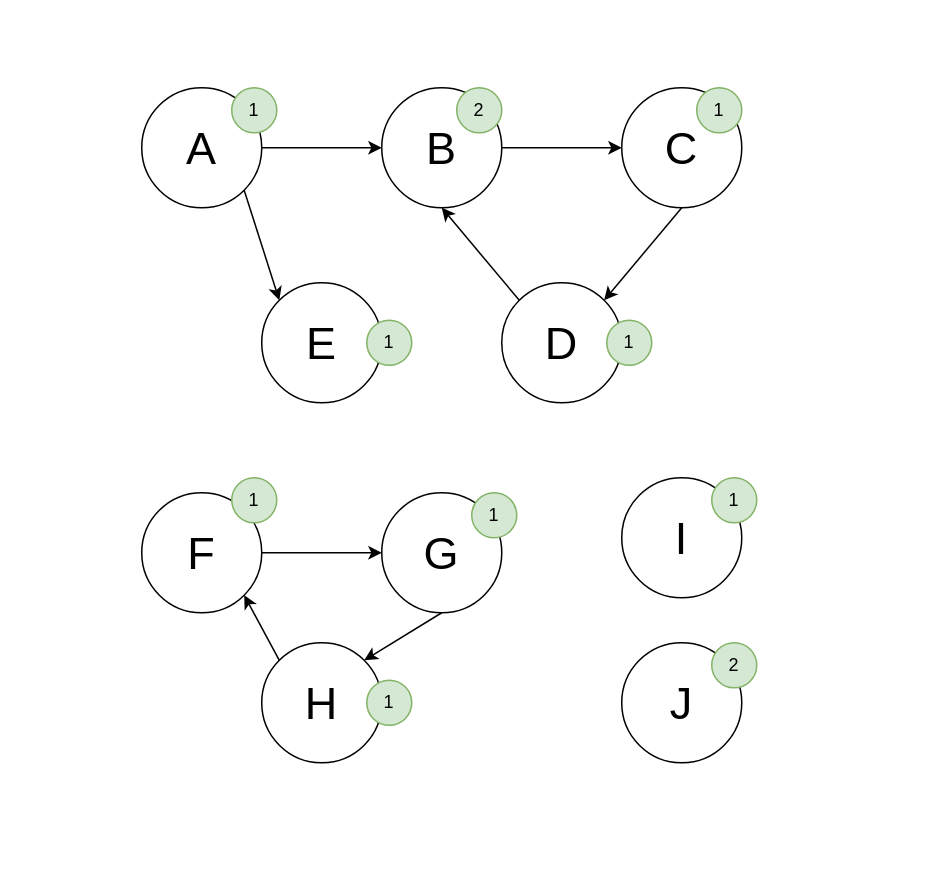
The draw.io diagram page "Initial State" (1 of 5) of quickjs_gc.drawio in LanderlYoung/Demos, before the edit. Source tidied: cells renumbered, new cells numbered last; positions are measured from the earlier drawing's top-left corner, leaving out a move shared by most shapes. Both pictures are drawn from the tidied source at 150%, with x=0, y=0 at pixel (141, 87).
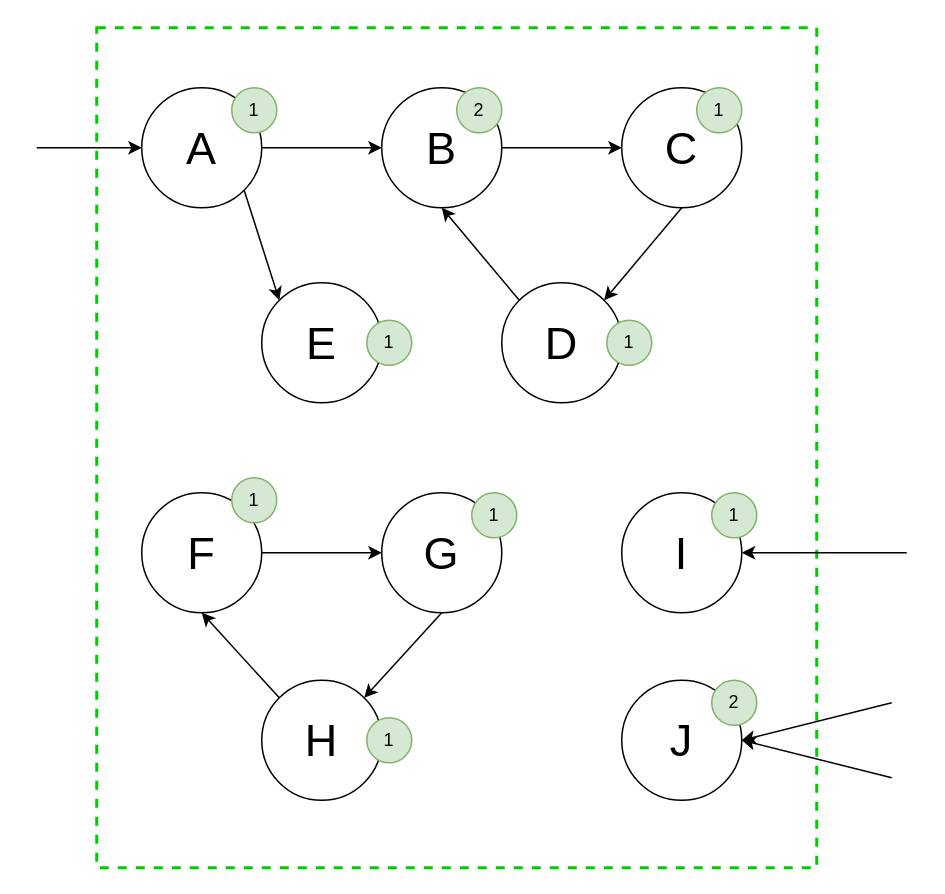
The same page after the edit.

Unchanged cells that the change refers to:
```xml
<mxCell id="3" value="&lt;font style=&quot;font-size: 30px;&quot;&gt;A&lt;/font&gt;" style="ellipse;whiteSpace=wrap;html=1;" parent="1" vertex="1">
  <mxGeometry width="80" height="80" as="geometry" />
</mxCell>
<mxCell id="11" value="&lt;font style=&quot;font-size: 30px;&quot;&gt;F&lt;/font&gt;" style="ellipse;whiteSpace=wrap;html=1;" parent="1" vertex="1">
  <mxGeometry y="270" width="80" height="80" as="geometry" />
</mxCell>
```

Diff of the diagram source:
```diff
@@
+    <mxCell id="30" style="rounded=0;whiteSpace=wrap;html=1;fillColor=none;dashed=1;strokeColor=#00CC00;strokeWidth=2;" parent="1" vertex="1">
+      <mxGeometry x="-30" y="-40" width="480" height="560" as="geometry" />
+    </mxCell>
@@
     <mxCell id="6" value="&lt;font style=&quot;font-size: 30px;&quot;&gt;I&lt;/font&gt;" style="ellipse;whiteSpace=wrap;html=1;" parent="1" vertex="1">
-      <mxGeometry x="320" y="260" width="80" height="80" as="geometry" />
+      <mxGeometry x="320" y="270" width="80" height="80" as="geometry" />
     </mxCell>
@@
     <mxCell id="12" value="&lt;font style=&quot;font-size: 30px;&quot;&gt;H&lt;/font&gt;" style="ellipse;whiteSpace=wrap;html=1;" parent="1" vertex="1">
-      <mxGeometry x="80" y="370" width="80" height="80" as="geometry" />
+      <mxGeometry x="80" y="395" width="80" height="80" as="geometry" />
     </mxCell>
     <mxCell id="13" value="&lt;font style=&quot;font-size: 30px;&quot;&gt;J&lt;/font&gt;" style="ellipse;whiteSpace=wrap;html=1;" parent="1" vertex="1">
-      <mxGeometry x="320" y="370" width="80" height="80" as="geometry" />
+      <mxGeometry x="320" y="395" width="80" height="80" as="geometry" />
     </mxCell>
@@
-    <mxCell id="19" style="endArrow=classic;html=1;rounded=0;exitX=0;exitY=0;exitDx=0;exitDy=0;entryX=1;entryY=1;entryDx=0;entryDy=0;" parent="1" edge="1" source="12" target="11">
+    <mxCell id="19" style="endArrow=classic;html=1;rounded=0;exitX=0;exitY=0;exitDx=0;exitDy=0;entryX=0.5;entryY=1;entryDx=0;entryDy=0;" parent="1" edge="1" source="12" target="11">
       <mxGeometry relative="1" as="geometry" />
     </mxCell>
@@
     <mxCell id="26" value="1" style="ellipse;whiteSpace=wrap;html=1;fillColor=#d5e8d4;strokeColor=#82b366;" parent="1" vertex="1">
-      <mxGeometry x="150" y="395" width="30" height="30" as="geometry" />
+      <mxGeometry x="150" y="420" width="30" height="30" as="geometry" />
     </mxCell>
@@
     <mxCell id="28" value="1" style="ellipse;whiteSpace=wrap;html=1;fillColor=#d5e8d4;strokeColor=#82b366;" parent="1" vertex="1">
-      <mxGeometry x="380" y="260" width="30" height="30" as="geometry" />
+      <mxGeometry x="380" y="270" width="30" height="30" as="geometry" />
     </mxCell>
     <mxCell id="29" value="2" style="ellipse;whiteSpace=wrap;html=1;fillColor=#d5e8d4;strokeColor=#82b366;" parent="1" vertex="1">
-      <mxGeometry x="380" y="370" width="30" height="30" as="geometry" />
+      <mxGeometry x="380" y="395" width="30" height="30" as="geometry" />
     </mxCell>
+    <mxCell id="31" style="endArrow=classic;html=1;rounded=0;" parent="1" edge="1" target="3">
+      <mxGeometry relative="1" as="geometry">
+        <mxPoint x="-70" y="40" as="sourcePoint" />
+      </mxGeometry>
+    </mxCell>
+    <mxCell id="32" style="endArrow=classic;html=1;rounded=0;entryX=1;entryY=0.5;entryDx=0;entryDy=0;" parent="1" edge="1" target="6">
+      <mxGeometry relative="1" as="geometry">
+        <mxPoint x="510" y="310" as="sourcePoint" />
+      </mxGeometry>
+    </mxCell>
+    <mxCell id="33" style="endArrow=classic;html=1;rounded=0;entryX=1;entryY=0.5;entryDx=0;entryDy=0;" parent="1" edge="1">
+      <mxGeometry relative="1" as="geometry">
+        <mxPoint x="500" y="410" as="sourcePoint" />
+        <mxPoint x="400" y="435" as="targetPoint" />
+      </mxGeometry>
+    </mxCell>
+    <mxCell id="34" style="endArrow=classic;html=1;rounded=0;entryX=1;entryY=0.5;entryDx=0;entryDy=0;" parent="1" edge="1" target="13">
+      <mxGeometry relative="1" as="geometry">
+        <mxPoint x="500" y="460" as="sourcePoint" />
+      </mxGeometry>
+    </mxCell>
```
